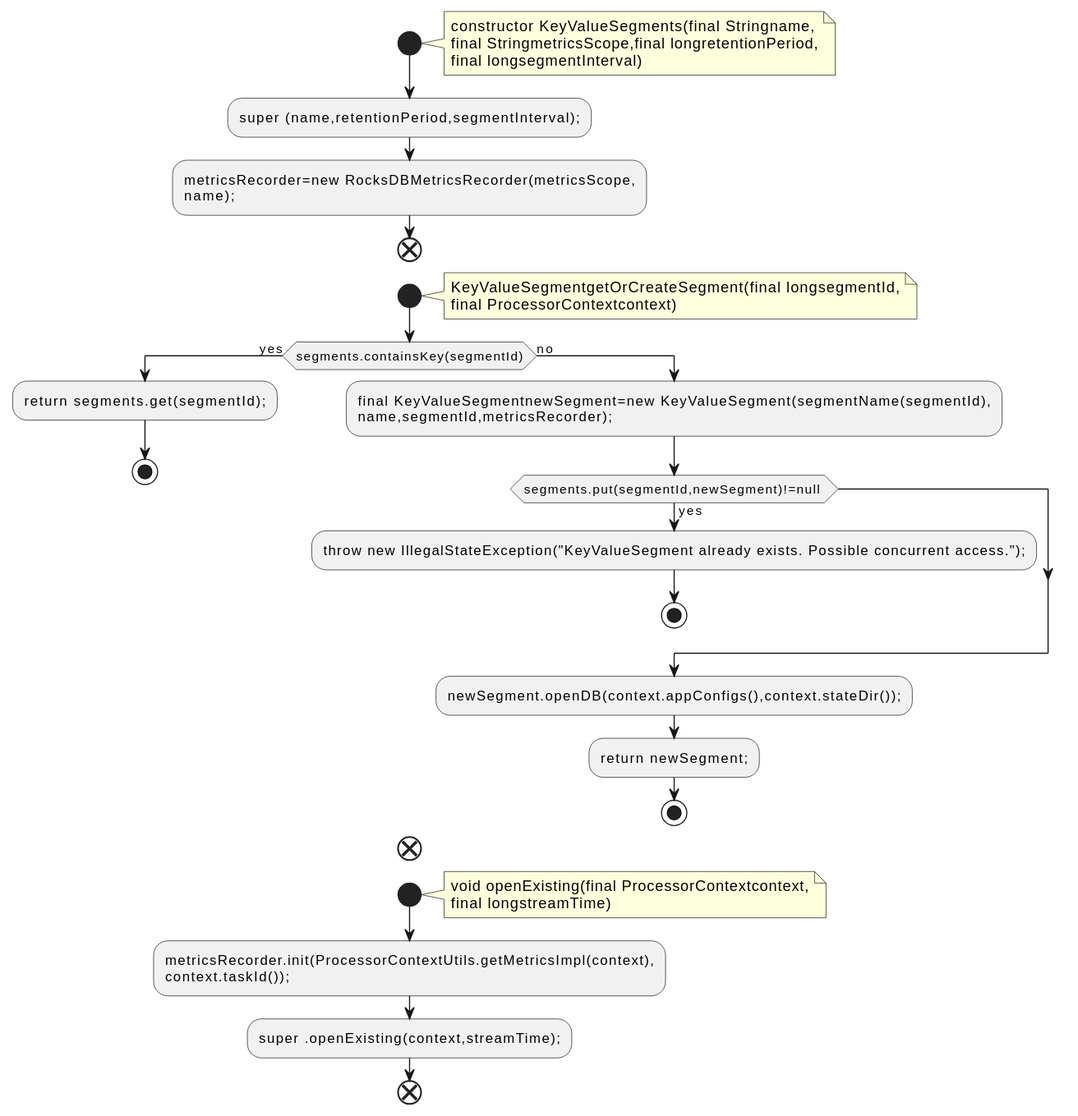
This is docs/qc/streams/src/main/java/org/apache/kafka/streams/state/internals/KeyValueSegments.java.fct.svg from qualitesys/kafka, a PlantUML export, as it was before one commit.
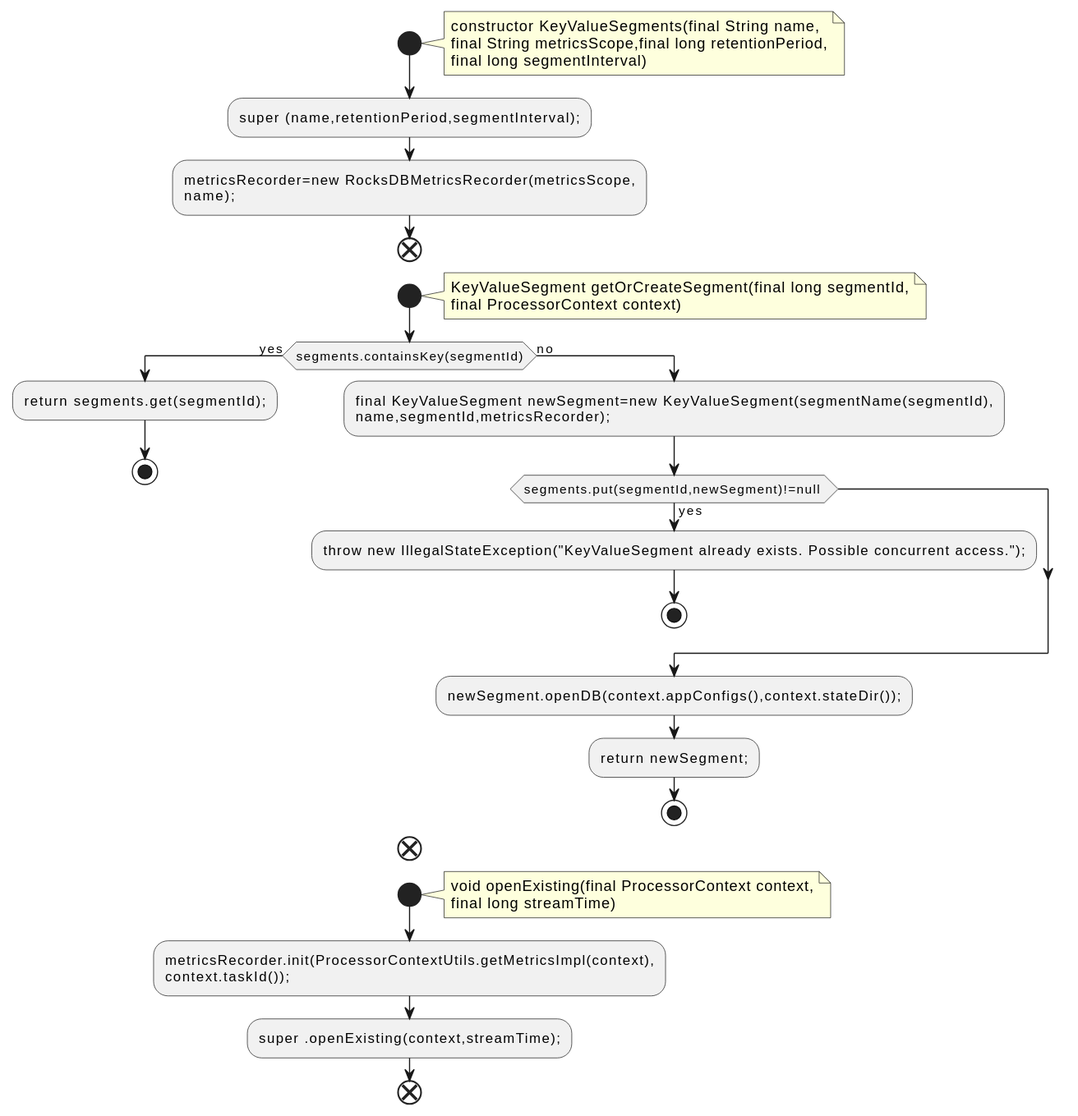
The same file after the commit.

The edit, as a diff of the source:
```diff
@@ -2,9 +2,9 @@
 !pragma layout smetana
 start
 note right
-constructor KeyValueSegments(final Stringname,
-final StringmetricsScope,final longretentionPeriod,
-final longsegmentInterval)
+constructor KeyValueSegments(final String name,
+final String metricsScope,final long retentionPeriod,
+final long segmentInterval)
 end note
 :super (name,retentionPeriod,segmentInterval);;
 :metricsRecorder=new RocksDBMetricsRecorder(metricsScope,
@@ -12,14 +12,14 @@
 end
 start
 note right
-KeyValueSegmentgetOrCreateSegment(final longsegmentId,
-final ProcessorContextcontext)
+KeyValueSegment getOrCreateSegment(final long segmentId,
+final ProcessorContext context)
 end note
 if (segments.containsKey(segmentId)) then (yes)
 :return segments.get(segmentId);;
 stop
 else (no)
-:final KeyValueSegmentnewSegment=new KeyValueSegment(segmentName(segmentId),
+:final KeyValueSegment newSegment=new KeyValueSegment(segmentName(segmentId),
 name,segmentId,metricsRecorder);;
 if (segments.put(segmentId,newSegment)!=null ) then (yes)
 :throw new IllegalStateException("KeyValueSegment already exists. Possible concurrent access.");;
@@ -32,8 +32,8 @@
 end
 start
 note right
-void openExisting(final ProcessorContextcontext,
-final longstreamTime)
+void openExisting(final ProcessorContext context,
+final long streamTime)
 end note
 :metricsRecorder.init(ProcessorContextUtils.getMetricsImpl(context),
 context.taskId());;
```
